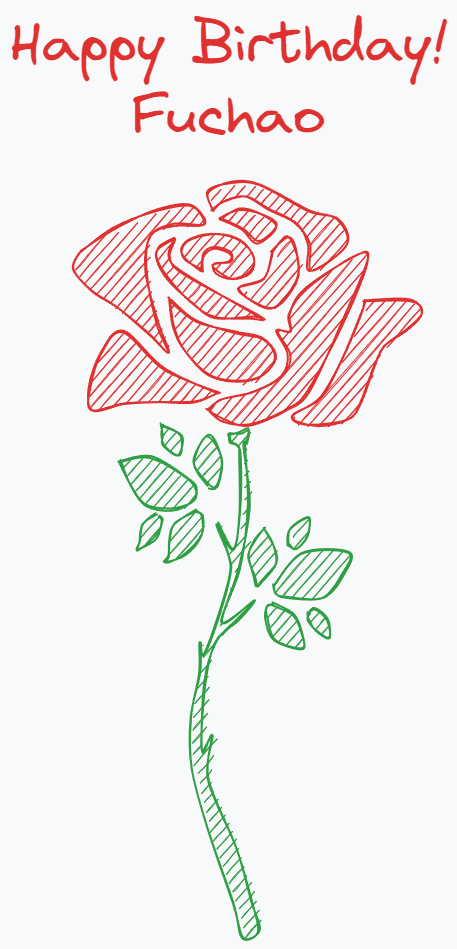
Feihei/feihei.github.io keeps this Excalidraw diagram as happy_birthday_fc/happy_birthday_fuchao.Excalidraw.png. Above is the earlier version. Source tidied: one line per element, renumbered; positions are measured from the earlier drawing's top-left corner, leaving out a move shared by most shapes. Its diagram source:
```json
{"id": 0, "type": "line", "strokeColor": "#e03131", "backgroundColor": "#e03131", "fillStyle": "hachure", "strokeWidth": 2, "roughness": 1, "round": true, "x": 70, "y": 242, "width": 132, "height": 148, "points": [[0, 0], [34, -24], [73, -42], [109, -48], [124, -28], [94, -27], [69, -16], [67, 18], [76, 72], [89, 101], [69, 81], [36, 56], [12, 39], [-7, 16], [0, 0]]}
{"id": 1, "type": "line", "strokeColor": "#e03131", "backgroundColor": "#e03131", "fillStyle": "hachure", "strokeWidth": 2, "roughness": 1, "round": true, "x": 208, "y": 383, "width": 129, "height": 80, "points": [[0, 0], [-56, -25], [-95, -62], [-118, -41], [-129, -4], [-125, 18], [-95, 10], [-61, 9], [-24, 10], [0, 0]]}
{"id": 2, "type": "line", "strokeColor": "#e03131", "backgroundColor": "#e03131", "fillStyle": "hachure", "strokeWidth": 2, "roughness": 1, "round": true, "x": 202, "y": 201, "width": 139, "height": 89, "points": [[0, 0], [-5, -18], [18, -29], [48, -26], [97, -1], [125, 7], [134, 34], [98, 60], [96, 33], [84, 13], [56, -3], [33, -15], [12, -10], [0, 0]]}
{"id": 3, "type": "line", "strokeColor": "#e03131", "backgroundColor": "#e03131", "fillStyle": "hachure", "strokeWidth": 2, "roughness": 1, "round": true, "x": 210, "y": 209, "width": 56, "height": 34, "points": [[0, 0], [19, -11], [41, -4], [56, 8], [37, 24], [22, 10], [0, 0]]}
{"id": 4, "type": "line", "strokeColor": "#e03131", "backgroundColor": "#e03131", "fillStyle": "hachure", "strokeWidth": 2, "roughness": 1, "round": true, "x": 262, "y": 242, "width": 59, "height": 71, "points": [[0, 0], [16, -15], [26, 8], [24, 31], [0, 55], [-33, 37], [-8, 26], [0, 0]]}
{"id": 5, "type": "line", "strokeColor": "#e03131", "backgroundColor": "#e03131", "fillStyle": "hachure", "strokeWidth": 2, "roughness": 1, "round": true, "x": 192, "y": 260, "width": 73, "height": 45, "points": [[0, 0], [1, -15], [13, -23], [28, -17], [28, -9], [11, -6], [15, 2], [31, 8], [48, 2], [53, -14], [40, -29], [16, -37], [-11, -31], [-20, -21], [-17, -10], [0, 0]]}
{"id": 6, "type": "line", "strokeColor": "#e03131", "backgroundColor": "#e03131", "fillStyle": "hachure", "strokeWidth": 2, "roughness": 1, "round": true, "x": 165, "y": 229, "width": 108, "height": 80, "points": [[0, 0], [-4, 18], [10, 35], [78, 72], [90, 80], [79, 78], [41, 79], [17, 63], [-6, 39], [-17, 20], [-16, 9], [0, 0]]}
{"id": 7, "type": "line", "strokeColor": "#e03131", "backgroundColor": "#e03131", "fillStyle": "hachure", "strokeWidth": 2, "roughness": 1, "round": true, "x": 160, "y": 289, "width": 106, "height": 82, "points": [[0, 0], [27, 22], [68, 33], [93, 39], [105, 58], [93, 76], [68, 82], [39, 75], [15, 50], [3, 28], [-1, 2], [0, 0]]}
{"id": 8, "type": "line", "strokeColor": "#e03131", "backgroundColor": "#e03131", "fillStyle": "hachure", "strokeWidth": 2, "roughness": 1, "round": true, "x": 198, "y": 399, "width": 161, "height": 167, "points": [[0, 0], [15, 12], [42, 15], [77, 1], [101, -20], [138, -95], [161, -152], [144, -151], [97, -120], [80, -94], [82, -78], [70, -77], [82, -54], [74, -33], [44, -17], [14, -9], [0, 0]]}
{"id": 9, "type": "line", "strokeColor": "#e03131", "backgroundColor": "#e03131", "fillStyle": "hachure", "strokeWidth": 2, "roughness": 1, "round": true, "x": 354, "y": 291, "width": 128, "height": 123, "points": [[0, 0], [47, 0], [57, 12], [44, 27], [20, 44], [11, 64], [-1, 98], [-13, 116], [-38, 123], [-64, 123], [-71, 114], [-44, 97], [-22, 59], [-3, 13], [0, 0]]}
{"id": 10, "type": "line", "strokeColor": "#2f9e44", "backgroundColor": "#2f9e44", "fillStyle": "hachure", "strokeWidth": 2, "roughness": 1, "round": true, "x": 218, "y": 424, "width": 67, "height": 509, "points": [[0, 0], [13, -1], [20, -4], [20, 9], [16, 13], [21, 71], [10, 134], [-6, 190], [26, 167], [10, 187], [-12, 207], [-23, 249], [-27, 316], [-15, 301], [-21, 344], [9, 413], [25, 469], [30, 497], [15, 505], [7, 471], [-21, 396], [-35, 335], [-36, 283], [-28, 238], [-28, 209], [-24, 222], [-14, 194], [2, 142], [0, 122], [-11, 89], [5, 115], [13, 79], [12, 23], [10, 13], [2, 9], [0, 0]]}
{"id": 11, "type": "line", "strokeColor": "#2f9e44", "backgroundColor": "#2f9e44", "fillStyle": "hachure", "strokeWidth": 2, "roughness": 1, "round": true, "x": 198, "y": 475, "width": 29, "height": 51, "points": [[0, 0], [-14, -22], [0, -50], [15, -26], [9, 0], [2, 2]]}
{"id": 12, "type": "line", "strokeColor": "#2f9e44", "backgroundColor": "#2f9e44", "fillStyle": "hachure", "strokeWidth": 2, "roughness": 1, "round": true, "x": 109, "y": 452, "width": 77, "height": 52, "points": [[0, 0], [31, -5], [68, 17], [77, 29], [72, 42], [51, 48], [26, 43], [11, 23], [0, 0]]}
{"id": 13, "type": "line", "strokeColor": "#2f9e44", "backgroundColor": "#2f9e44", "fillStyle": "hachure", "strokeWidth": 2, "roughness": 1, "round": true, "x": 152, "y": 415, "width": 19, "height": 30, "points": [[0, 0], [19, 10], [19, 27], [13, 30], [2, 20], [-1, 9], [0, 0]]}
{"id": 14, "type": "line", "strokeColor": "#2f9e44", "backgroundColor": "#2f9e44", "fillStyle": "hachure", "strokeWidth": 2, "roughness": 1, "round": true, "x": 255, "y": 519, "width": 27, "height": 58, "points": [[0, 0], [9, 18], [11, 35], [-3, 53], [-7, 58], [-11, 48], [-16, 28], [-9, 11], [0, 0]]}
{"id": 15, "type": "line", "strokeColor": "#2f9e44", "backgroundColor": "#2f9e44", "fillStyle": "hachure", "strokeWidth": 2, "roughness": 1, "round": true, "x": 278, "y": 535, "width": 21, "height": 31, "points": [[0, 0], [2, -16], [21, -27], [19, -9], [8, 4], [0, 0]]}
{"id": 16, "type": "line", "strokeColor": "#2f9e44", "backgroundColor": "#2f9e44", "fillStyle": "hachure", "strokeWidth": 2, "roughness": 1, "round": true, "x": 265, "y": 574, "width": 75, "height": 45, "points": [[0, 0], [28, -31], [74, -31], [69, -11], [49, 14], [10, 14], [0, 9], [0, 0]]}
{"id": 17, "type": "line", "strokeColor": "#2f9e44", "backgroundColor": "#2f9e44", "fillStyle": "hachure", "strokeWidth": 2, "roughness": 1, "round": true, "x": 262, "y": 593, "width": 35, "height": 45, "points": [[0, 0], [22, 12], [29, 31], [30, 45], [3, 37], [-5, 17], [-5, 4], [0, 0]]}
{"id": 18, "type": "line", "strokeColor": "#2f9e44", "backgroundColor": "#2f9e44", "fillStyle": "hachure", "strokeWidth": 2, "roughness": 1, "round": true, "x": 299, "y": 602, "width": 21, "height": 29, "points": [[0, 0], [5, -4], [19, 7], [20, 25], [7, 20], [-2, 7], [0, 0]]}
{"id": 19, "type": "line", "strokeColor": "#2f9e44", "backgroundColor": "#2f9e44", "fillStyle": "hachure", "strokeWidth": 2, "roughness": 1, "round": true, "x": 186, "y": 501, "width": 38, "height": 51, "points": [[0, 0], [-21, 13], [-26, 30], [-28, 45], [-31, 51], [-11, 43], [6, 25], [7, 4], [0, 0]]}
{"id": 20, "type": "line", "strokeColor": "#2f9e44", "backgroundColor": "#2f9e44", "fillStyle": "hachure", "strokeWidth": 2, "roughness": 1, "round": true, "x": 147, "y": 504, "width": 25, "height": 34, "points": [[0, 0], [-14, 9], [-18, 28], [-19, 34], [-2, 23], [5, 7], [2, 1]]}
{"id": 21, "type": "text", "text": "Happy Birthday!\nFuchao", "strokeColor": "#e03131", "backgroundColor": "#2f9e44", "fillStyle": "hachure", "strokeWidth": 2, "roughness": 1, "fontSize": 57.47, "fontFamily": 1, "textAlign": "center", "x": 0, "y": 0, "width": 437, "height": 144}
```
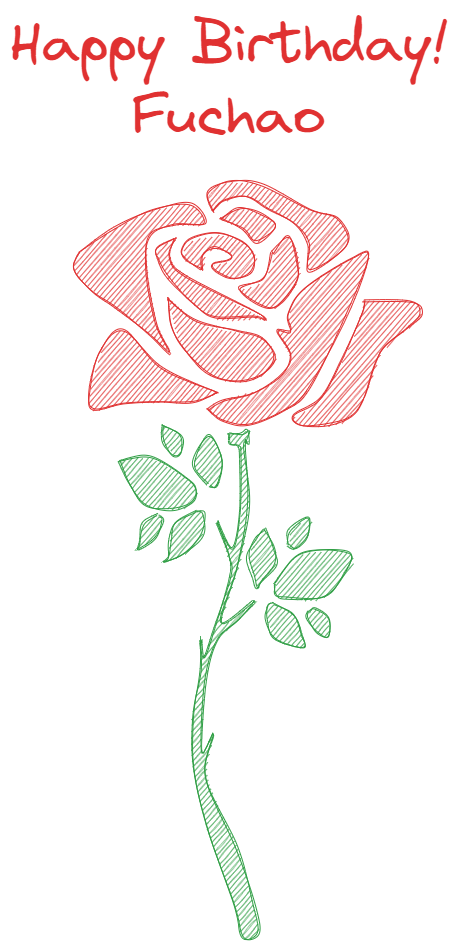
After the commit.

Commit message:
rose img slightly change

Change to the diagram source:
```diff
@@ -1,22 +1,22 @@
-{"id": 0, "type": "line", "strokeColor": "#e03131", "backgroundColor": "#e03131", "fillStyle": "hachure", "strokeWidth": 2, "roughness": 1, "round": true, "x": 70, "y": 242, "width": 132, "height": 148, "points": [[0, 0], [34, -24], [73, -42], [109, -48], [124, -28], [94, -27], [69, -16], [67, 18], [76, 72], [89, 101], [69, 81], [36, 56], [12, 39], [-7, 16], [0, 0]]}
+{"id": 0, "type": "line", "strokeColor": "#e03131", "backgroundColor": "#e03131", "fillStyle": "hachure", "strokeWidth": 1, "roughness": 1, "round": true, "x": 70, "y": 242, "width": 132, "height": 148, "points": [[0, 0], [34, -24], [73, -42], [109, -48], [124, -28], [94, -27], [69, -16], [67, 18], [76, 72], [89, 101], [69, 81], [36, 56], [12, 39], [-7, 16], [0, 0]]}
-{"id": 1, "type": "line", "strokeColor": "#e03131", "backgroundColor": "#e03131", "fillStyle": "hachure", "strokeWidth": 2, "roughness": 1, "round": true, "x": 208, "y": 383, "width": 129, "height": 80, "points": [[0, 0], [-56, -25], [-95, -62], [-118, -41], [-129, -4], [-125, 18], [-95, 10], [-61, 9], [-24, 10], [0, 0]]}
+{"id": 1, "type": "line", "strokeColor": "#e03131", "backgroundColor": "#e03131", "fillStyle": "hachure", "strokeWidth": 1, "roughness": 1, "round": true, "x": 208, "y": 383, "width": 129, "height": 80, "points": [[0, 0], [-56, -25], [-95, -62], [-118, -41], [-129, -4], [-125, 18], [-95, 10], [-61, 9], [-24, 10], [0, 0]]}
-{"id": 2, "type": "line", "strokeColor": "#e03131", "backgroundColor": "#e03131", "fillStyle": "hachure", "strokeWidth": 2, "roughness": 1, "round": true, "x": 202, "y": 201, "width": 139, "height": 89, "points": [[0, 0], [-5, -18], [18, -29], [48, -26], [97, -1], [125, 7], [134, 34], [98, 60], [96, 33], [84, 13], [56, -3], [33, -15], [12, -10], [0, 0]]}
+{"id": 2, "type": "line", "strokeColor": "#e03131", "backgroundColor": "#e03131", "fillStyle": "hachure", "strokeWidth": 1, "roughness": 1, "round": true, "x": 202, "y": 201, "width": 139, "height": 89, "points": [[0, 0], [-5, -18], [18, -29], [48, -26], [97, -1], [125, 7], [134, 34], [98, 60], [96, 33], [84, 13], [56, -3], [33, -15], [12, -10], [0, 0]]}
-{"id": 3, "type": "line", "strokeColor": "#e03131", "backgroundColor": "#e03131", "fillStyle": "hachure", "strokeWidth": 2, "roughness": 1, "round": true, "x": 210, "y": 209, "width": 56, "height": 34, "points": [[0, 0], [19, -11], [41, -4], [56, 8], [37, 24], [22, 10], [0, 0]]}
+{"id": 3, "type": "line", "strokeColor": "#e03131", "backgroundColor": "#e03131", "fillStyle": "hachure", "strokeWidth": 1, "roughness": 1, "round": true, "x": 210, "y": 209, "width": 56, "height": 34, "points": [[0, 0], [19, -11], [41, -4], [56, 8], [37, 24], [22, 10], [0, 0]]}
-{"id": 4, "type": "line", "strokeColor": "#e03131", "backgroundColor": "#e03131", "fillStyle": "hachure", "strokeWidth": 2, "roughness": 1, "round": true, "x": 262, "y": 242, "width": 59, "height": 71, "points": [[0, 0], [16, -15], [26, 8], [24, 31], [0, 55], [-33, 37], [-8, 26], [0, 0]]}
+{"id": 4, "type": "line", "strokeColor": "#e03131", "backgroundColor": "#e03131", "fillStyle": "hachure", "strokeWidth": 1, "roughness": 1, "round": true, "x": 262, "y": 242, "width": 59, "height": 71, "points": [[0, 0], [16, -15], [26, 8], [24, 31], [0, 55], [-33, 37], [-8, 26], [0, 0]]}
-{"id": 5, "type": "line", "strokeColor": "#e03131", "backgroundColor": "#e03131", "fillStyle": "hachure", "strokeWidth": 2, "roughness": 1, "round": true, "x": 192, "y": 260, "width": 73, "height": 45, "points": [[0, 0], [1, -15], [13, -23], [28, -17], [28, -9], [11, -6], [15, 2], [31, 8], [48, 2], [53, -14], [40, -29], [16, -37], [-11, -31], [-20, -21], [-17, -10], [0, 0]]}
+{"id": 5, "type": "line", "strokeColor": "#e03131", "backgroundColor": "#e03131", "fillStyle": "hachure", "strokeWidth": 1, "roughness": 1, "round": true, "x": 192, "y": 260, "width": 73, "height": 45, "points": [[0, 0], [1, -15], [13, -23], [28, -17], [28, -9], [11, -6], [15, 2], [31, 8], [48, 2], [53, -14], [40, -29], [16, -37], [-11, -31], [-20, -21], [-17, -10], [0, 0]]}
-{"id": 6, "type": "line", "strokeColor": "#e03131", "backgroundColor": "#e03131", "fillStyle": "hachure", "strokeWidth": 2, "roughness": 1, "round": true, "x": 165, "y": 229, "width": 108, "height": 80, "points": [[0, 0], [-4, 18], [10, 35], [78, 72], [90, 80], [79, 78], [41, 79], [17, 63], [-6, 39], [-17, 20], [-16, 9], [0, 0]]}
+{"id": 6, "type": "line", "strokeColor": "#e03131", "backgroundColor": "#e03131", "fillStyle": "hachure", "strokeWidth": 1, "roughness": 1, "round": true, "x": 165, "y": 229, "width": 108, "height": 80, "points": [[0, 0], [-4, 18], [10, 35], [78, 72], [90, 80], [79, 78], [41, 79], [17, 63], [-6, 39], [-17, 20], [-16, 9], [0, 0]]}
-{"id": 7, "type": "line", "strokeColor": "#e03131", "backgroundColor": "#e03131", "fillStyle": "hachure", "strokeWidth": 2, "roughness": 1, "round": true, "x": 160, "y": 289, "width": 106, "height": 82, "points": [[0, 0], [27, 22], [68, 33], [93, 39], [105, 58], [93, 76], [68, 82], [39, 75], [15, 50], [3, 28], [-1, 2], [0, 0]]}
+{"id": 7, "type": "line", "strokeColor": "#e03131", "backgroundColor": "#e03131", "fillStyle": "hachure", "strokeWidth": 1, "roughness": 1, "round": true, "x": 160, "y": 289, "width": 106, "height": 82, "points": [[0, 0], [27, 22], [68, 33], [93, 39], [105, 58], [93, 76], [68, 82], [39, 75], [15, 50], [3, 28], [-1, 2], [0, 0]]}
-{"id": 8, "type": "line", "strokeColor": "#e03131", "backgroundColor": "#e03131", "fillStyle": "hachure", "strokeWidth": 2, "roughness": 1, "round": true, "x": 198, "y": 399, "width": 161, "height": 167, "points": [[0, 0], [15, 12], [42, 15], [77, 1], [101, -20], [138, -95], [161, -152], [144, -151], [97, -120], [80, -94], [82, -78], [70, -77], [82, -54], [74, -33], [44, -17], [14, -9], [0, 0]]}
+{"id": 8, "type": "line", "strokeColor": "#e03131", "backgroundColor": "#e03131", "fillStyle": "hachure", "strokeWidth": 1, "roughness": 1, "round": true, "x": 198, "y": 399, "width": 161, "height": 167, "points": [[0, 0], [15, 12], [42, 15], [77, 1], [101, -20], [138, -95], [161, -152], [144, -151], [97, -120], [80, -94], [82, -78], [70, -77], [82, -54], [74, -33], [44, -17], [14, -9], [0, 0]]}
-{"id": 9, "type": "line", "strokeColor": "#e03131", "backgroundColor": "#e03131", "fillStyle": "hachure", "strokeWidth": 2, "roughness": 1, "round": true, "x": 354, "y": 291, "width": 128, "height": 123, "points": [[0, 0], [47, 0], [57, 12], [44, 27], [20, 44], [11, 64], [-1, 98], [-13, 116], [-38, 123], [-64, 123], [-71, 114], [-44, 97], [-22, 59], [-3, 13], [0, 0]]}
+{"id": 9, "type": "line", "strokeColor": "#e03131", "backgroundColor": "#e03131", "fillStyle": "hachure", "strokeWidth": 1, "roughness": 1, "round": true, "x": 354, "y": 291, "width": 128, "height": 123, "points": [[0, 0], [47, 0], [57, 12], [44, 27], [20, 44], [11, 64], [-1, 98], [-13, 116], [-38, 123], [-64, 123], [-71, 114], [-44, 97], [-22, 59], [-3, 13], [0, 0]]}
-{"id": 10, "type": "line", "strokeColor": "#2f9e44", "backgroundColor": "#2f9e44", "fillStyle": "hachure", "strokeWidth": 2, "roughness": 1, "round": true, "x": 218, "y": 424, "width": 67, "height": 509, "points": [[0, 0], [13, -1], [20, -4], [20, 9], [16, 13], [21, 71], [10, 134], [-6, 190], [26, 167], [10, 187], [-12, 207], [-23, 249], [-27, 316], [-15, 301], [-21, 344], [9, 413], [25, 469], [30, 497], [15, 505], [7, 471], [-21, 396], [-35, 335], [-36, 283], [-28, 238], [-28, 209], [-24, 222], [-14, 194], [2, 142], [0, 122], [-11, 89], [5, 115], [13, 79], [12, 23], [10, 13], [2, 9], [0, 0]]}
+{"id": 10, "type": "line", "strokeColor": "#2f9e44", "backgroundColor": "#2f9e44", "fillStyle": "hachure", "strokeWidth": 1, "roughness": 1, "round": true, "x": 218, "y": 424, "width": 67, "height": 509, "points": [[0, 0], [13, -1], [20, -4], [20, 9], [16, 13], [21, 71], [10, 134], [-6, 190], [26, 167], [10, 187], [-12, 207], [-23, 249], [-27, 316], [-15, 301], [-21, 344], [9, 413], [25, 469], [30, 497], [15, 505], [7, 471], [-21, 396], [-35, 335], [-36, 283], [-28, 238], [-28, 209], [-24, 222], [-14, 194], [2, 142], [0, 122], [-11, 89], [5, 115], [13, 79], [12, 23], [10, 13], [2, 9], [0, 0]]}
-{"id": 11, "type": "line", "strokeColor": "#2f9e44", "backgroundColor": "#2f9e44", "fillStyle": "hachure", "strokeWidth": 2, "roughness": 1, "round": true, "x": 198, "y": 475, "width": 29, "height": 51, "points": [[0, 0], [-14, -22], [0, -50], [15, -26], [9, 0], [2, 2]]}
+{"id": 11, "type": "line", "strokeColor": "#2f9e44", "backgroundColor": "#2f9e44", "fillStyle": "hachure", "strokeWidth": 1, "roughness": 1, "round": true, "x": 198, "y": 475, "width": 29, "height": 51, "points": [[0, 0], [-14, -22], [0, -50], [15, -26], [9, 0], [2, 2]]}
-{"id": 12, "type": "line", "strokeColor": "#2f9e44", "backgroundColor": "#2f9e44", "fillStyle": "hachure", "strokeWidth": 2, "roughness": 1, "round": true, "x": 109, "y": 452, "width": 77, "height": 52, "points": [[0, 0], [31, -5], [68, 17], [77, 29], [72, 42], [51, 48], [26, 43], [11, 23], [0, 0]]}
+{"id": 12, "type": "line", "strokeColor": "#2f9e44", "backgroundColor": "#2f9e44", "fillStyle": "hachure", "strokeWidth": 1, "roughness": 1, "round": true, "x": 109, "y": 452, "width": 77, "height": 52, "points": [[0, 0], [31, -5], [68, 17], [77, 29], [72, 42], [51, 48], [26, 43], [11, 23], [0, 0]]}
-{"id": 13, "type": "line", "strokeColor": "#2f9e44", "backgroundColor": "#2f9e44", "fillStyle": "hachure", "strokeWidth": 2, "roughness": 1, "round": true, "x": 152, "y": 415, "width": 19, "height": 30, "points": [[0, 0], [19, 10], [19, 27], [13, 30], [2, 20], [-1, 9], [0, 0]]}
+{"id": 13, "type": "line", "strokeColor": "#2f9e44", "backgroundColor": "#2f9e44", "fillStyle": "hachure", "strokeWidth": 1, "roughness": 1, "round": true, "x": 152, "y": 415, "width": 19, "height": 30, "points": [[0, 0], [19, 10], [19, 27], [13, 30], [2, 20], [-1, 9], [0, 0]]}
-{"id": 14, "type": "line", "strokeColor": "#2f9e44", "backgroundColor": "#2f9e44", "fillStyle": "hachure", "strokeWidth": 2, "roughness": 1, "round": true, "x": 255, "y": 519, "width": 27, "height": 58, "points": [[0, 0], [9, 18], [11, 35], [-3, 53], [-7, 58], [-11, 48], [-16, 28], [-9, 11], [0, 0]]}
+{"id": 14, "type": "line", "strokeColor": "#2f9e44", "backgroundColor": "#2f9e44", "fillStyle": "hachure", "strokeWidth": 1, "roughness": 1, "round": true, "x": 255, "y": 519, "width": 27, "height": 58, "points": [[0, 0], [9, 18], [11, 35], [-3, 53], [-7, 58], [-11, 48], [-16, 28], [-9, 11], [0, 0]]}
-{"id": 15, "type": "line", "strokeColor": "#2f9e44", "backgroundColor": "#2f9e44", "fillStyle": "hachure", "strokeWidth": 2, "roughness": 1, "round": true, "x": 278, "y": 535, "width": 21, "height": 31, "points": [[0, 0], [2, -16], [21, -27], [19, -9], [8, 4], [0, 0]]}
+{"id": 15, "type": "line", "strokeColor": "#2f9e44", "backgroundColor": "#2f9e44", "fillStyle": "hachure", "strokeWidth": 1, "roughness": 1, "round": true, "x": 278, "y": 535, "width": 21, "height": 31, "points": [[0, 0], [2, -16], [21, -27], [19, -9], [8, 4], [0, 0]]}
-{"id": 16, "type": "line", "strokeColor": "#2f9e44", "backgroundColor": "#2f9e44", "fillStyle": "hachure", "strokeWidth": 2, "roughness": 1, "round": true, "x": 265, "y": 574, "width": 75, "height": 45, "points": [[0, 0], [28, -31], [74, -31], [69, -11], [49, 14], [10, 14], [0, 9], [0, 0]]}
+{"id": 16, "type": "line", "strokeColor": "#2f9e44", "backgroundColor": "#2f9e44", "fillStyle": "hachure", "strokeWidth": 1, "roughness": 1, "round": true, "x": 265, "y": 574, "width": 75, "height": 45, "points": [[0, 0], [28, -31], [74, -31], [69, -11], [49, 14], [10, 14], [0, 9], [0, 0]]}
-{"id": 17, "type": "line", "strokeColor": "#2f9e44", "backgroundColor": "#2f9e44", "fillStyle": "hachure", "strokeWidth": 2, "roughness": 1, "round": true, "x": 262, "y": 593, "width": 35, "height": 45, "points": [[0, 0], [22, 12], [29, 31], [30, 45], [3, 37], [-5, 17], [-5, 4], [0, 0]]}
+{"id": 17, "type": "line", "strokeColor": "#2f9e44", "backgroundColor": "#2f9e44", "fillStyle": "hachure", "strokeWidth": 1, "roughness": 1, "round": true, "x": 262, "y": 593, "width": 35, "height": 45, "points": [[0, 0], [22, 12], [29, 31], [30, 45], [3, 37], [-5, 17], [-5, 4], [0, 0]]}
-{"id": 18, "type": "line", "strokeColor": "#2f9e44", "backgroundColor": "#2f9e44", "fillStyle": "hachure", "strokeWidth": 2, "roughness": 1, "round": true, "x": 299, "y": 602, "width": 21, "height": 29, "points": [[0, 0], [5, -4], [19, 7], [20, 25], [7, 20], [-2, 7], [0, 0]]}
+{"id": 18, "type": "line", "strokeColor": "#2f9e44", "backgroundColor": "#2f9e44", "fillStyle": "hachure", "strokeWidth": 1, "roughness": 1, "round": true, "x": 299, "y": 602, "width": 21, "height": 29, "points": [[0, 0], [5, -4], [19, 7], [20, 25], [7, 20], [-2, 7], [0, 0]]}
-{"id": 19, "type": "line", "strokeColor": "#2f9e44", "backgroundColor": "#2f9e44", "fillStyle": "hachure", "strokeWidth": 2, "roughness": 1, "round": true, "x": 186, "y": 501, "width": 38, "height": 51, "points": [[0, 0], [-21, 13], [-26, 30], [-28, 45], [-31, 51], [-11, 43], [6, 25], [7, 4], [0, 0]]}
+{"id": 19, "type": "line", "strokeColor": "#2f9e44", "backgroundColor": "#2f9e44", "fillStyle": "hachure", "strokeWidth": 1, "roughness": 1, "round": true, "x": 186, "y": 501, "width": 38, "height": 51, "points": [[0, 0], [-21, 13], [-26, 30], [-28, 45], [-31, 51], [-11, 43], [6, 25], [7, 4], [0, 0]]}
-{"id": 20, "type": "line", "strokeColor": "#2f9e44", "backgroundColor": "#2f9e44", "fillStyle": "hachure", "strokeWidth": 2, "roughness": 1, "round": true, "x": 147, "y": 504, "width": 25, "height": 34, "points": [[0, 0], [-14, 9], [-18, 28], [-19, 34], [-2, 23], [5, 7], [2, 1]]}
+{"id": 20, "type": "line", "strokeColor": "#2f9e44", "backgroundColor": "#2f9e44", "fillStyle": "hachure", "strokeWidth": 1, "roughness": 1, "round": true, "x": 147, "y": 504, "width": 25, "height": 34, "points": [[0, 0], [-14, 9], [-18, 28], [-19, 34], [-2, 23], [5, 7], [2, 1]]}
 {"id": 21, "type": "text", "text": "Happy Birthday!\nFuchao", "strokeColor": "#e03131", "backgroundColor": "#2f9e44", "fillStyle": "hachure", "strokeWidth": 2, "roughness": 1, "fontSize": 57.47, "fontFamily": 1, "textAlign": "center", "x": 0, "y": 0, "width": 437, "height": 144}
```
